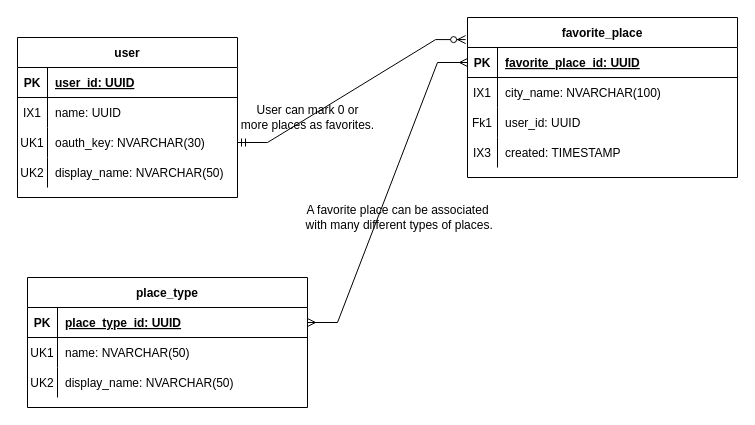
Earlier version of the draw.io diagram docs/work/erd.drawio (northern-nm-highlights/northern-nm-highlights.github.io). Source tidied: cells renumbered, new cells numbered last; positions are measured from the earlier drawing's top-left corner, leaving out a move shared by most shapes. Both pictures are drawn from the tidied source at 100%, with x=0, y=0 at pixel (17, 17).
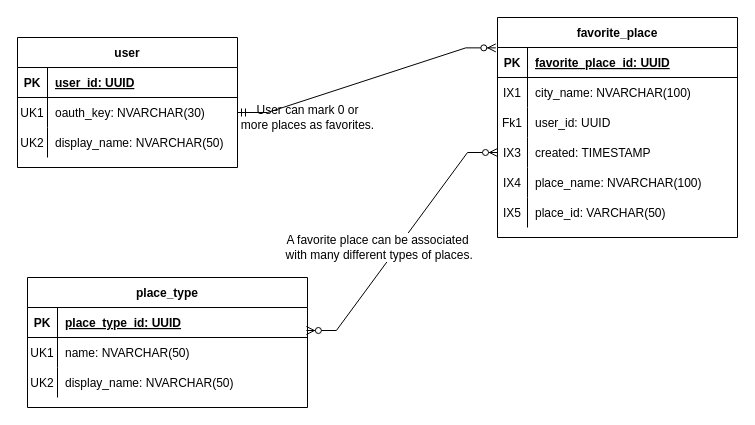
The same page after the edit.

Commit message (it also covers changes not shown here):
Updated ERD PDF and SVG

Unchanged cells that the change refers to:
```xml
<mxCell id="30" style="shape=partialRectangle;fillColor=none;top=0;left=0;bottom=1;right=0;points=[[0,0.5],[1,0.5]];portConstraint=eastwest;" parent="29" vertex="1">
  <mxGeometry y="30" width="280" height="30" as="geometry" />
</mxCell>
```

Change to the diagram source:
```diff
@@
     <mxCell id="2" value="user" style="shape=table;startSize=30;childLayout=tableLayout;rowLines=0;fontStyle=1;align=center;" parent="1" vertex="1">
-      <mxGeometry y="20" width="220" height="160" as="geometry" />
+      <mxGeometry y="20" width="220" height="130" as="geometry" />
     </mxCell>
@@
-    <mxCell id="6" style="shape=partialRectangle;fillColor=none;top=0;left=0;bottom=0;right=0;" parent="2" vertex="1">
-      <mxGeometry y="60" width="220" height="30" as="geometry" />
-    </mxCell>
-    <mxCell id="7" value="IX1" style="shape=partialRectangle;fillColor=none;top=0;left=0;bottom=0;right=0;overflow=hidden;" parent="6" vertex="1">
-      <mxGeometry width="30" height="30" as="geometry" />
-    </mxCell>
-    <mxCell id="8" value="name: UUID" style="shape=partialRectangle;fillColor=none;top=0;left=0;bottom=0;right=0;align=left;spacingLeft=6;overflow=hidden;" parent="6" vertex="1">
-      <mxGeometry x="30" width="190" height="30" as="geometry" />
-    </mxCell>
     <mxCell id="9" style="shape=partialRectangle;fillColor=none;top=0;left=0;bottom=0;right=0;points=[[0,0.5],[1,0.5]];portConstraint=eastwest;" parent="2" vertex="1">
-      <mxGeometry y="90" width="220" height="30" as="geometry" />
+      <mxGeometry y="60" width="220" height="30" as="geometry" />
     </mxCell>
@@
     <mxCell id="12" style="shape=partialRectangle;fillColor=none;top=0;left=0;bottom=0;right=0;" parent="2" vertex="1">
-      <mxGeometry y="120" width="220" height="30" as="geometry" />
+      <mxGeometry y="90" width="220" height="30" as="geometry" />
     </mxCell>
@@
     <mxCell id="15" value="favorite_place" style="shape=table;startSize=30;childLayout=tableLayout;rowLines=0;fontStyle=1;align=center;" parent="1" vertex="1">
-      <mxGeometry x="450" width="270" height="160" as="geometry" />
+      <mxGeometry x="480" width="240" height="220" as="geometry" />
     </mxCell>
     <mxCell id="16" style="shape=partialRectangle;fillColor=none;top=0;left=0;bottom=1;right=0;points=[[0,0.5],[1,0.5]];portConstraint=eastwest;" parent="15" vertex="1">
-      <mxGeometry y="30" width="270" height="30" as="geometry" />
+      <mxGeometry y="30" width="240" height="30" as="geometry" />
     </mxCell>
@@
     <mxCell id="18" value="favorite_place_id: UUID" style="shape=partialRectangle;fillColor=none;top=0;left=0;bottom=0;right=0;align=left;spacingLeft=6;fontStyle=5;overflow=hidden;" parent="16" vertex="1">
-      <mxGeometry x="30" width="240" height="30" as="geometry" />
+      <mxGeometry x="30" width="210" height="30" as="geometry" />
     </mxCell>
     <mxCell id="19" style="shape=partialRectangle;fillColor=none;top=0;left=0;bottom=0;right=0;" parent="15" vertex="1">
-      <mxGeometry y="60" width="270" height="30" as="geometry" />
+      <mxGeometry y="60" width="240" height="30" as="geometry" />
     </mxCell>
@@
     <mxCell id="21" value="city_name: NVARCHAR(100)" style="shape=partialRectangle;fillColor=none;top=0;left=0;bottom=0;right=0;align=left;spacingLeft=6;overflow=hidden;" parent="19" vertex="1">
-      <mxGeometry x="30" width="240" height="30" as="geometry" />
+      <mxGeometry x="30" width="210" height="30" as="geometry" />
     </mxCell>
     <mxCell id="22" style="shape=partialRectangle;fillColor=none;top=0;left=0;bottom=0;right=0;" parent="15" vertex="1">
-      <mxGeometry y="90" width="270" height="30" as="geometry" />
+      <mxGeometry y="90" width="240" height="30" as="geometry" />
     </mxCell>
@@
     <mxCell id="24" value="user_id: UUID" style="shape=partialRectangle;fillColor=none;top=0;left=0;bottom=0;right=0;align=left;spacingLeft=6;overflow=hidden;" parent="22" vertex="1">
-      <mxGeometry x="30" width="240" height="30" as="geometry" />
+      <mxGeometry x="30" width="210" height="30" as="geometry" />
     </mxCell>
     <mxCell id="25" style="shape=partialRectangle;fillColor=none;top=0;left=0;bottom=0;right=0;points=[[0,0.5],[1,0.5]];portConstraint=eastwest;" parent="15" vertex="1">
-      <mxGeometry y="120" width="270" height="30" as="geometry" />
+      <mxGeometry y="120" width="240" height="30" as="geometry" />
     </mxCell>
@@
     <mxCell id="27" value="created: TIMESTAMP" style="shape=partialRectangle;fillColor=none;top=0;left=0;bottom=0;right=0;align=left;spacingLeft=6;overflow=hidden;" parent="25" vertex="1">
-      <mxGeometry x="30" width="240" height="30" as="geometry" />
+      <mxGeometry x="30" width="210" height="30" as="geometry" />
     </mxCell>
+    <mxCell id="42" style="shape=partialRectangle;fillColor=none;top=0;left=0;bottom=0;right=0;" parent="15" vertex="1">
+      <mxGeometry y="150" width="240" height="30" as="geometry" />
+    </mxCell>
+    <mxCell id="43" value="IX4" style="shape=partialRectangle;fillColor=none;top=0;left=0;bottom=0;right=0;overflow=hidden;" parent="42" vertex="1">
+      <mxGeometry width="30" height="30" as="geometry" />
+    </mxCell>
+    <mxCell id="44" value="place_name: NVARCHAR(100)" style="shape=partialRectangle;fillColor=none;top=0;left=0;bottom=0;right=0;align=left;spacingLeft=6;overflow=hidden;" parent="42" vertex="1">
+      <mxGeometry x="30" width="210" height="30" as="geometry" />
+    </mxCell>
+    <mxCell id="45" style="shape=partialRectangle;fillColor=none;top=0;left=0;bottom=0;right=0;" parent="15" vertex="1">
+      <mxGeometry y="180" width="240" height="30" as="geometry" />
+    </mxCell>
+    <mxCell id="46" value="IX5" style="shape=partialRectangle;fillColor=none;top=0;left=0;bottom=0;right=0;overflow=hidden;" parent="45" vertex="1">
+      <mxGeometry width="30" height="30" as="geometry" />
+    </mxCell>
+    <mxCell id="47" value="place_id: VARCHAR(50)" style="shape=partialRectangle;fillColor=none;top=0;left=0;bottom=0;right=0;align=left;spacingLeft=6;overflow=hidden;" parent="45" vertex="1">
+      <mxGeometry x="30" width="210" height="30" as="geometry" />
+    </mxCell>
@@
-    <mxCell id="39" style="edgeStyle=entityRelationEdgeStyle;fontSize=12;html=1;endArrow=ERmany;startArrow=ERmany;rounded=0;entryX=0;entryY=0.5;entryDx=0;entryDy=0;exitX=1;exitY=0.5;exitDx=0;exitDy=0;" parent="1" edge="1" source="30" target="16">
-      <mxGeometry relative="1" as="geometry" />
-    </mxCell>
@@
-    <mxCell id="41" value="A favorite place can be associated&lt;br&gt;&amp;nbsp;with many different types of places." style="text;html=1;align=center;verticalAlign=middle;strokeColor=none;fillColor=none;" parent="1" vertex="1">
-      <mxGeometry x="275" y="185" width="210" height="30" as="geometry" />
+    <mxCell id="41" value="A favorite place can be associated&lt;br&gt;&amp;nbsp;with many different types of places." style="edgeStyle=entityRelationEdgeStyle;fontSize=12;html=1;endArrow=ERzeroToMany;endFill=1;startArrow=ERzeroToMany;rounded=0;exitX=0.996;exitY=0.767;exitDx=0;exitDy=0;exitPerimeter=0;entryX=0;entryY=0.5;entryDx=0;entryDy=0;" parent="1" edge="1" source="30" target="25">
+      <mxGeometry x="-0.14" y="16" relative="1" as="geometry" />
     </mxCell>
```
